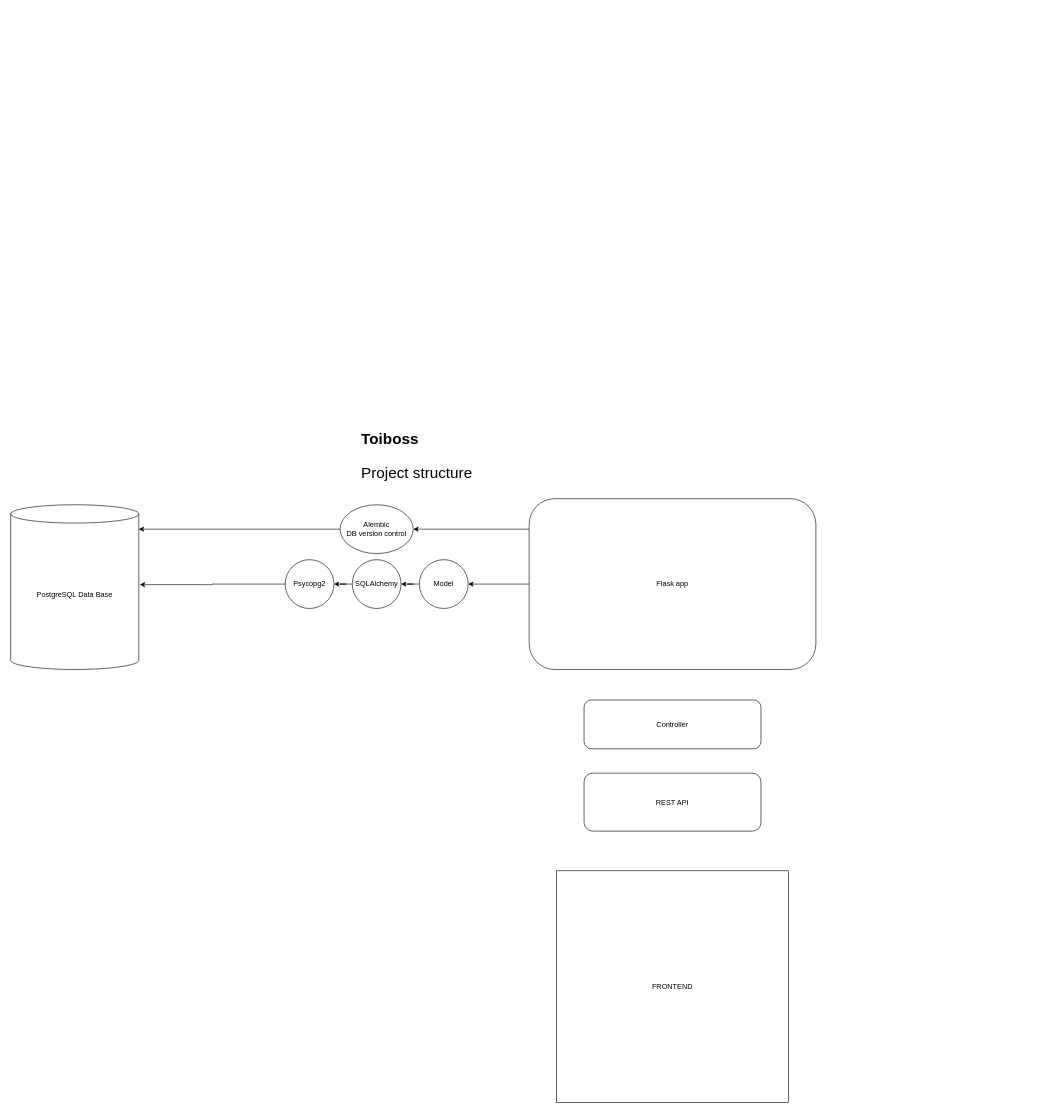
This is public/toiboss.drawio from elvn5/fullstackApp, a draw.io file, before an edit. Source tidied: cells renumbered, new cells numbered last; positions are measured from the earlier drawing's top-left corner, leaving out a move shared by most shapes. Both pictures are drawn from the tidied source at 61%, with x=0, y=0 at pixel (10, 425).
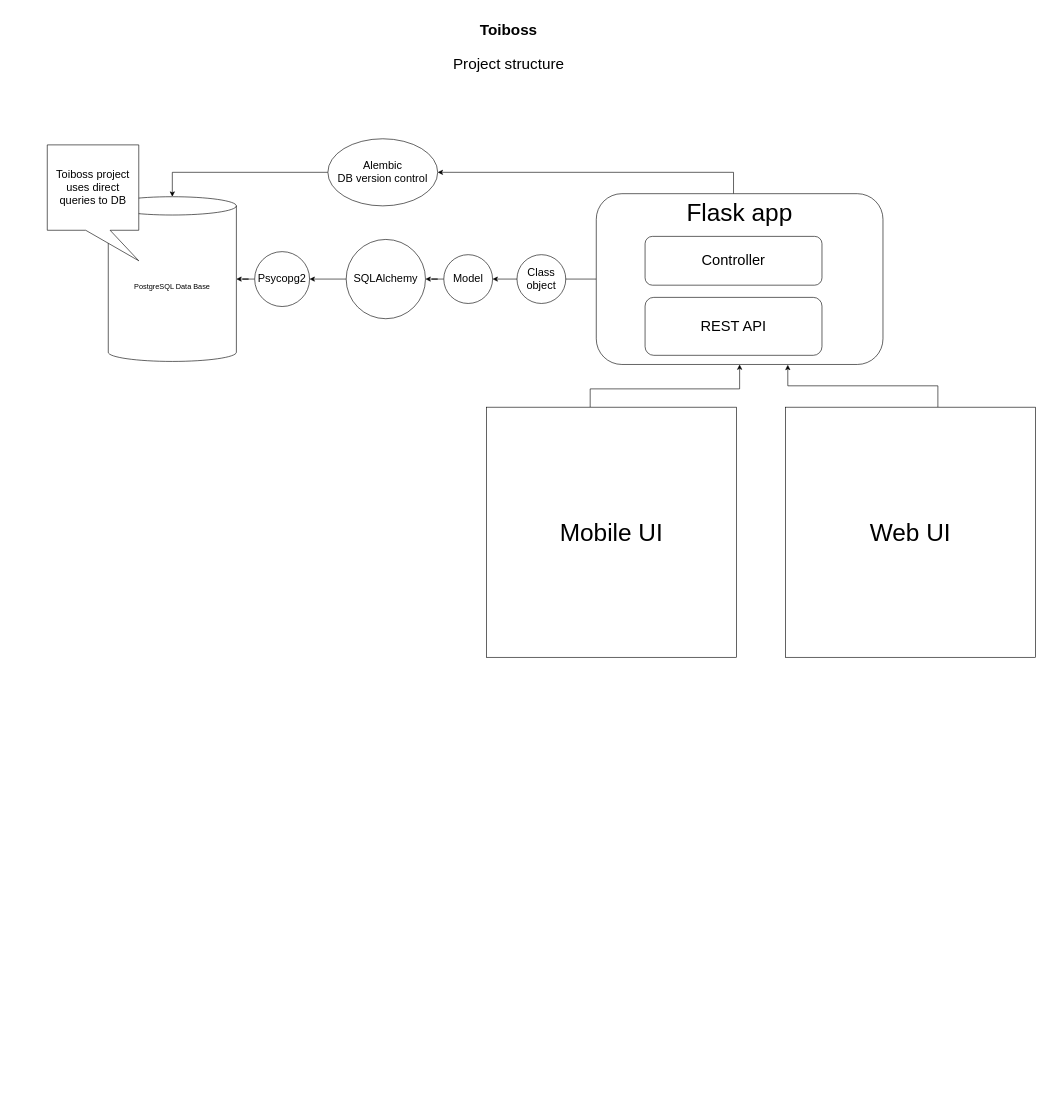
The same page after the edit.

What changed in the source:
```diff
@@
     <mxCell id="2" value="PostgreSQL Data Base" style="shape=cylinder3;whiteSpace=wrap;html=1;boundedLbl=1;backgroundOutline=1;size=15;" parent="1" vertex="1">
-      <mxGeometry y="130" width="210" height="270" as="geometry" />
+      <mxGeometry x="160" y="-375" width="210" height="270" as="geometry" />
     </mxCell>
-    <mxCell id="3" value="&lt;h1 style=&quot;font-size: 25px&quot;&gt;&lt;font style=&quot;font-size: 25px&quot;&gt;Toiboss&lt;/font&gt;&lt;/h1&gt;&lt;p style=&quot;font-size: 25px&quot;&gt;&lt;font style=&quot;font-size: 25px&quot;&gt;Project structure&lt;/font&gt;&lt;/p&gt;" style="text;html=1;strokeColor=none;fillColor=none;spacing=5;spacingTop=-20;whiteSpace=wrap;overflow=hidden;rounded=0;" parent="1" vertex="1">
-      <mxGeometry x="570" width="205" height="100" as="geometry" />
+    <mxCell id="3" value="&lt;h1 style=&quot;font-size: 25px&quot;&gt;&lt;font style=&quot;font-size: 25px&quot;&gt;Toiboss&lt;/font&gt;&lt;/h1&gt;&lt;p style=&quot;font-size: 25px&quot;&gt;&lt;font style=&quot;font-size: 25px&quot;&gt;Project structure&lt;/font&gt;&lt;/p&gt;" style="text;html=1;strokeColor=none;fillColor=none;spacing=5;spacingTop=-20;whiteSpace=wrap;overflow=hidden;rounded=0;align=center;" parent="1" vertex="1">
+      <mxGeometry x="710" y="-670" width="212.5" height="100" as="geometry" />
     </mxCell>
@@
-    <mxCell id="5" value="SQLAlchemy" style="ellipse;whiteSpace=wrap;html=1;" parent="1" vertex="1">
-      <mxGeometry x="560" y="220" width="80" height="80" as="geometry" />
+    <mxCell id="5" value="&lt;font style=&quot;font-size: 18px&quot;&gt;SQLAlchemy&lt;/font&gt;" style="ellipse;whiteSpace=wrap;html=1;" parent="1" vertex="1">
+      <mxGeometry x="550" y="-305" width="130" height="130" as="geometry" />
     </mxCell>
-    <mxCell id="6" style="edgeStyle=orthogonalEdgeStyle;rounded=0;jettySize=auto;html=1;entryX=1.008;entryY=0.485;entryDx=0;entryDy=0;entryPerimeter=0;" parent="1" edge="1" source="7" target="2">
+    <mxCell id="6" style="edgeStyle=orthogonalEdgeStyle;rounded=0;jettySize=auto;html=1;entryX=1;entryY=0.5;entryDx=0;entryDy=0;entryPerimeter=0;" parent="1" edge="1" source="7" target="2">
       <mxGeometry relative="1" as="geometry" />
     </mxCell>
-    <mxCell id="7" value="Psycopg2" style="ellipse;whiteSpace=wrap;html=1;" parent="1" vertex="1">
-      <mxGeometry x="450" y="220" width="80" height="80" as="geometry" />
+    <mxCell id="7" value="Psycopg2" style="ellipse;whiteSpace=wrap;html=1;fontSize=18;" parent="1" vertex="1">
+      <mxGeometry x="400" y="-285" width="90" height="90" as="geometry" />
     </mxCell>
+    <mxCell id="9" style="edgeStyle=orthogonalEdgeStyle;rounded=0;jettySize=auto;html=1;" parent="1" edge="1" source="10" target="17">
+      <mxGeometry relative="1" as="geometry" />
+    </mxCell>
-    <mxCell id="8" style="edgeStyle=orthogonalEdgeStyle;rounded=0;jettySize=auto;html=1;entryX=1;entryY=0.5;entryDx=0;entryDy=0;" parent="1" edge="1" source="10" target="14">
+    <mxCell id="8" style="edgeStyle=orthogonalEdgeStyle;rounded=0;jettySize=auto;html=1;" parent="1" edge="1" source="10" target="14">
       <mxGeometry relative="1" as="geometry">
         <Array as="points">
-          <mxPoint x="945" y="170" />
+          <mxPoint x="1185" y="-415" />
         </Array>
       </mxGeometry>
     </mxCell>
-    <mxCell id="9" style="edgeStyle=orthogonalEdgeStyle;rounded=0;jettySize=auto;html=1;" parent="1" edge="1" source="10" target="17">
-      <mxGeometry relative="1" as="geometry" />
-    </mxCell>
-    <mxCell id="10" value="Flask app" style="rounded=1;whiteSpace=wrap;html=1;" parent="1" vertex="1">
-      <mxGeometry x="850" y="120" width="470" height="280" as="geometry" />
+    <mxCell id="10" value="&lt;font style=&quot;font-size: 40px&quot;&gt;Flask app&lt;/font&gt;" style="rounded=1;whiteSpace=wrap;html=1;verticalAlign=top;" parent="1" vertex="1">
+      <mxGeometry x="960" y="-380" width="470" height="280" as="geometry" />
     </mxCell>
-    <mxCell id="11" value="REST API" style="rounded=1;whiteSpace=wrap;html=1;" parent="1" vertex="1">
-      <mxGeometry x="940" y="570" width="290" height="95" as="geometry" />
+    <mxCell id="11" value="&lt;font style=&quot;font-size: 24px&quot;&gt;REST API&lt;/font&gt;" style="rounded=1;whiteSpace=wrap;html=1;" parent="1" vertex="1">
+      <mxGeometry x="1040" y="-210" width="290" height="95" as="geometry" />
     </mxCell>
+    <mxCell id="18" style="edgeStyle=orthogonalEdgeStyle;rounded=0;jettySize=auto;html=1;entryX=0.668;entryY=1.002;entryDx=0;entryDy=0;entryPerimeter=0;fontSize=18;" parent="1" edge="1" source="12" target="10">
+      <mxGeometry relative="1" as="geometry">
+        <Array as="points">
+          <mxPoint x="1520" y="-65" />
+          <mxPoint x="1274" y="-65" />
+        </Array>
+      </mxGeometry>
+    </mxCell>
-    <mxCell id="12" value="FRONTEND" style="whiteSpace=wrap;html=1;" parent="1" vertex="1">
-      <mxGeometry x="895" y="730" width="380" height="380" as="geometry" />
+    <mxCell id="12" value="&lt;font style=&quot;font-size: 40px&quot;&gt;Web UI&lt;/font&gt;" style="whiteSpace=wrap;html=1;" parent="1" vertex="1">
+      <mxGeometry x="1270" y="-30" width="410" height="410" as="geometry" />
     </mxCell>
-    <mxCell id="13" style="edgeStyle=orthogonalEdgeStyle;rounded=0;jettySize=auto;html=1;" parent="1" edge="1" source="14">
-      <mxGeometry relative="1" as="geometry">
-        <mxPoint x="210" y="170" as="targetPoint" />
-      </mxGeometry>
-    </mxCell>
+    <mxCell id="19" style="edgeStyle=orthogonalEdgeStyle;rounded=0;jettySize=auto;html=1;entryX=0.5;entryY=0;entryDx=0;entryDy=0;entryPerimeter=0;fontSize=18;" parent="1" edge="1" source="14" target="2">
+      <mxGeometry relative="1" as="geometry" />
+    </mxCell>
-    <mxCell id="14" value="Alembic&lt;br&gt;DB version control" style="ellipse;whiteSpace=wrap;html=1;" parent="1" vertex="1">
-      <mxGeometry x="540" y="130" width="120" height="80" as="geometry" />
+    <mxCell id="14" value="Alembic&lt;br style=&quot;font-size: 18px;&quot;&gt;DB version control" style="ellipse;whiteSpace=wrap;html=1;fontSize=18;" parent="1" vertex="1">
+      <mxGeometry x="520" y="-470" width="180" height="110" as="geometry" />
     </mxCell>
-    <mxCell id="15" value="Controller" style="rounded=1;whiteSpace=wrap;html=1;" parent="1" vertex="1">
-      <mxGeometry x="940" y="450" width="290" height="80" as="geometry" />
+    <mxCell id="15" value="&lt;font style=&quot;font-size: 24px&quot;&gt;Controller&lt;/font&gt;" style="rounded=1;whiteSpace=wrap;html=1;" parent="1" vertex="1">
+      <mxGeometry x="1040" y="-310" width="290" height="80" as="geometry" />
     </mxCell>
@@
-    <mxCell id="17" value="Model" style="ellipse;whiteSpace=wrap;html=1;" parent="1" vertex="1">
-      <mxGeometry x="670" y="220" width="80" height="80" as="geometry" />
+    <mxCell id="17" value="&lt;font style=&quot;font-size: 18px&quot;&gt;Model&lt;/font&gt;" style="ellipse;whiteSpace=wrap;html=1;" parent="1" vertex="1">
+      <mxGeometry x="710" y="-280" width="80" height="80" as="geometry" />
     </mxCell>
+    <mxCell id="20" value="Class object" style="ellipse;whiteSpace=wrap;html=1;fontSize=18;align=center;" parent="1" vertex="1">
+      <mxGeometry x="830" y="-280" width="80" height="80" as="geometry" />
+    </mxCell>
+    <mxCell id="21" value="Toiboss project uses direct queries to DB" style="shape=callout;whiteSpace=wrap;html=1;perimeter=calloutPerimeter;fontSize=18;align=center;size=50;position=0.42;base=40;position2=1;" parent="1" vertex="1">
+      <mxGeometry x="60" y="-460" width="150" height="190" as="geometry" />
+    </mxCell>
+    <mxCell id="22" style="edgeStyle=orthogonalEdgeStyle;rounded=0;jettySize=auto;html=1;fontSize=18;" parent="1" edge="1" source="23" target="10">
+      <mxGeometry relative="1" as="geometry">
+        <Array as="points">
+          <mxPoint x="950" y="-60" />
+          <mxPoint x="1195" y="-60" />
+        </Array>
+      </mxGeometry>
+    </mxCell>
+    <mxCell id="23" value="&lt;font style=&quot;font-size: 40px&quot;&gt;Mobile UI&lt;/font&gt;" style="whiteSpace=wrap;html=1;" parent="1" vertex="1">
+      <mxGeometry x="780" y="-30" width="410" height="410" as="geometry" />
+    </mxCell>
```
